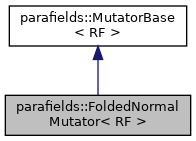
parafields/parafields-core keeps this Graphviz diagram as a01048.png. Above is the earlier version. Its source is kept beside it as a01048.dot. Source of this version:
```dot
digraph "parafields::FoldedNormalMutator&lt; RF &gt;"
{
  edge [fontname="Helvetica",fontsize="10",labelfontname="Helvetica",labelfontsize="10"];
  node [fontname="Helvetica",fontsize="10",shape=record];
  Node1 [label="parafields::FoldedNormal\lMutator\< RF \>",height=0.2,width=0.4,color="black", fillcolor="grey75", style="filled", fontcolor="black",tooltip="Absolute value function mutator for folded normal fields."];
  Node2 -> Node1 [dir="back",color="midnightblue",fontsize="10",style="solid",fontname="Helvetica"];
  Node2 [label="parafields::MutatorBase\l\< RF \>",height=0.2,width=0.4,color="black", fillcolor="white", style="filled",URL="$a01037.html",tooltip="Abstract base class for value transformations."];
}
```
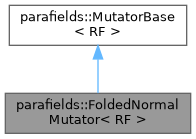
Later version of the same file.

What changed in the source:
```diff
@@ -1,8 +1,9 @@
 digraph "parafields::FoldedNormalMutator&lt; RF &gt;"
 {
-  edge [fontname="Helvetica",fontsize="10",labelfontname="Helvetica",labelfontsize="10"];
-  node [fontname="Helvetica",fontsize="10",shape=record];
-  Node1 [label="parafields::FoldedNormal\lMutator\< RF \>",height=0.2,width=0.4,color="black", fillcolor="grey75", style="filled", fontcolor="black",tooltip="Absolute value function mutator for folded normal fields."];
-  Node2 -> Node1 [dir="back",color="midnightblue",fontsize="10",style="solid",fontname="Helvetica"];
-  Node2 [label="parafields::MutatorBase\l\< RF \>",height=0.2,width=0.4,color="black", fillcolor="white", style="filled",URL="$a01037.html",tooltip="Abstract base class for value transformations."];
+  bgcolor="transparent";
+  edge [fontname=Helvetica,fontsize=10,labelfontname=Helvetica,labelfontsize=10];
+  node [fontname=Helvetica,fontsize=10,shape=box,height=0.2,width=0.4];
+  Node1 [id="Node000001",label="parafields::FoldedNormal\lMutator\< RF \>",height=0.2,width=0.4,color="gray40", fillcolor="grey60", style="filled", fontcolor="black",tooltip="Absolute value function mutator for folded normal fields."];
+  Node2 -> Node1 [id="edge1_Node000001_Node000002",dir="back",color="steelblue1",style="solid",tooltip=" "];
+  Node2 [id="Node000002",label="parafields::MutatorBase\l\< RF \>",height=0.2,width=0.4,color="gray40", fillcolor="white", style="filled",URL="$a01037.html",tooltip="Abstract base class for value transformations."];
 }
```
